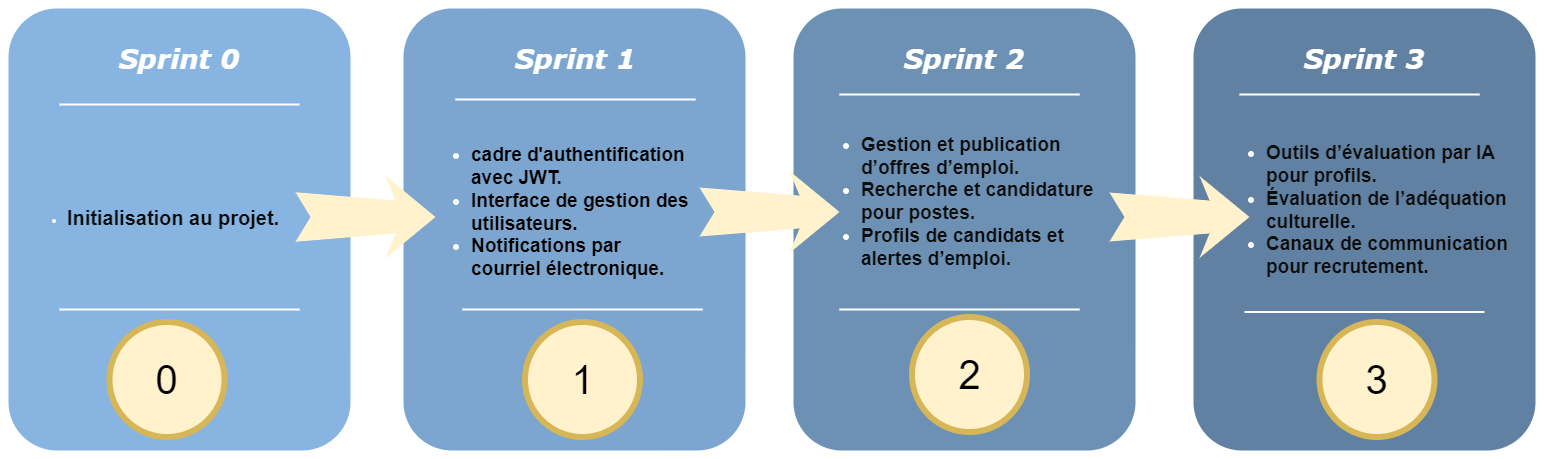
The draw.io diagram sprints.png in chirine1/-project, before a commit. Source tidied: cells renumbered, new cells last; positions are measured from the earlier drawing's top-left corner, leaving out a move shared by most shapes.
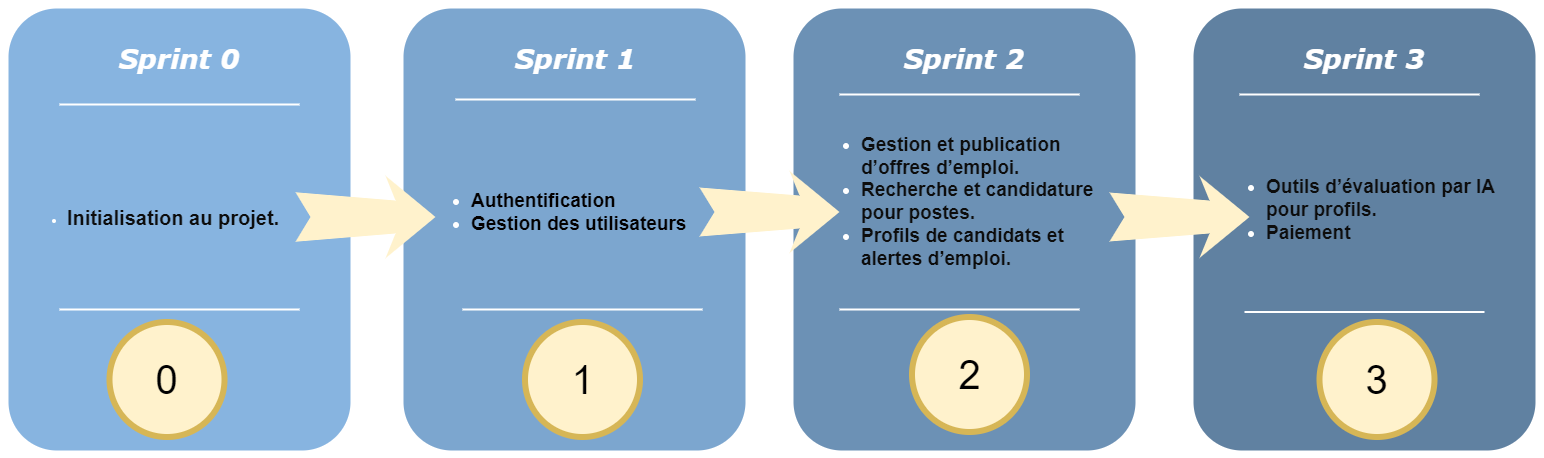
The same diagram one commit later.

Commit message:
Mettre à jour sprints.png

The edit, as a diff of the source:
```diff
@@ -23,7 +23,7 @@
     <mxCell id="8" value="&lt;font face=&quot;Verdana&quot;&gt;&lt;i&gt;Sprint 1&lt;/i&gt;&lt;/font&gt;" style="text;html=1;strokeColor=none;fillColor=none;align=center;verticalAlign=middle;whiteSpace=wrap;rounded=0;shadow=0;fontSize=27;fontColor=#FFFFFF;fontStyle=1;" parent="1" vertex="1">
       <mxGeometry x="458" y="20" width="226" height="70" as="geometry" />
     </mxCell>
-    <mxCell id="9" value="&lt;div style=&quot;font-size: 19px;&quot;&gt;&lt;ul&gt;&lt;li&gt;&lt;font style=&quot;font-size: 19px;&quot; color=&quot;#030000&quot;&gt;&lt;b&gt;cadre d'authentification avec JWT.&lt;/b&gt;&lt;/font&gt;&lt;/li&gt;&lt;li&gt;&lt;font style=&quot;font-size: 19px;&quot; color=&quot;#030000&quot;&gt;&lt;b&gt;Interface de gestion des utilisateurs.&lt;/b&gt;&lt;/font&gt;&lt;/li&gt;&lt;li&gt;&lt;font style=&quot;font-size: 19px;&quot; color=&quot;#030000&quot;&gt;&lt;b&gt;Notifications par courriel électronique.&lt;/b&gt;&lt;/font&gt;&lt;/li&gt;&lt;/ul&gt;&lt;/div&gt;" style="text;html=1;strokeColor=none;fillColor=none;align=left;verticalAlign=middle;whiteSpace=wrap;rounded=0;shadow=0;fontSize=14;fontColor=#FFFFFF;" parent="1" vertex="1">
+    <mxCell id="9" value="&lt;div style=&quot;font-size: 19px;&quot;&gt;&lt;ul&gt;&lt;li&gt;&lt;font color=&quot;#030000&quot;&gt;&lt;b&gt;Authentification&lt;/b&gt;&lt;/font&gt;&lt;/li&gt;&lt;li&gt;&lt;font color=&quot;#030000&quot;&gt;&lt;b&gt;Gestion des utilisateurs&lt;/b&gt;&lt;/font&gt;&lt;/li&gt;&lt;/ul&gt;&lt;/div&gt;" style="text;html=1;strokeColor=none;fillColor=none;align=left;verticalAlign=middle;whiteSpace=wrap;rounded=0;shadow=0;fontSize=14;fontColor=#FFFFFF;" parent="1" vertex="1">
       <mxGeometry x="425" y="112.5" width="266" height="190" as="geometry" />
     </mxCell>
     <mxCell id="10" style="line;strokeWidth=2;html=1;rounded=0;shadow=0;fontSize=27;align=center;fillColor=none;strokeColor=#FFFFFF;" parent="1" vertex="1">
@@ -65,7 +65,7 @@
     <mxCell id="22" value="&lt;font face=&quot;Verdana&quot;&gt;&lt;i&gt;Sprint 3&lt;/i&gt;&lt;/font&gt;" style="text;html=1;strokeColor=none;fillColor=none;align=center;verticalAlign=middle;whiteSpace=wrap;rounded=0;shadow=0;fontSize=27;fontColor=#FFFFFF;fontStyle=1;" parent="1" vertex="1">
       <mxGeometry x="1220" y="25" width="280" height="60" as="geometry" />
     </mxCell>
-    <mxCell id="23" value="&lt;div style=&quot;font-size: 19px;&quot;&gt;&lt;ul&gt;&lt;li&gt;&lt;font color=&quot;#0d0d0d&quot; style=&quot;font-size: 19px;&quot;&gt;&lt;b&gt;Outils d’évaluation par IA pour profils.&lt;/b&gt;&lt;/font&gt;&lt;/li&gt;&lt;li&gt;&lt;font color=&quot;#0d0d0d&quot; style=&quot;font-size: 19px;&quot;&gt;&lt;b&gt;Évaluation de l’adéquation culturelle.&lt;/b&gt;&lt;/font&gt;&lt;/li&gt;&lt;li&gt;&lt;font color=&quot;#0d0d0d&quot; style=&quot;font-size: 19px;&quot;&gt;&lt;b&gt;Canaux de communication pour recrutement.&lt;/b&gt;&lt;/font&gt;&lt;/li&gt;&lt;/ul&gt;&lt;/div&gt;" style="text;html=1;strokeColor=none;fillColor=none;align=left;verticalAlign=middle;whiteSpace=wrap;rounded=0;shadow=0;fontSize=14;fontColor=#FFFFFF;" parent="1" vertex="1">
+    <mxCell id="23" value="&lt;div style=&quot;font-size: 19px;&quot;&gt;&lt;ul&gt;&lt;li&gt;&lt;font color=&quot;#0d0d0d&quot; style=&quot;font-size: 19px;&quot;&gt;&lt;b&gt;Outils d’évaluation par IA pour profils.&lt;/b&gt;&lt;/font&gt;&lt;/li&gt;&lt;li&gt;&lt;font color=&quot;#0d0d0d&quot;&gt;&lt;b&gt;Paiement&lt;/b&gt;&lt;/font&gt;&lt;/li&gt;&lt;/ul&gt;&lt;/div&gt;" style="text;html=1;strokeColor=none;fillColor=none;align=left;verticalAlign=middle;whiteSpace=wrap;rounded=0;shadow=0;fontSize=14;fontColor=#FFFFFF;" parent="1" vertex="1">
       <mxGeometry x="1220" y="83.8" width="290" height="245" as="geometry" />
     </mxCell>
     <mxCell id="24" style="line;strokeWidth=2;html=1;rounded=0;shadow=0;fontSize=27;align=center;fillColor=none;strokeColor=#FFFFFF;" parent="1" vertex="1">
```
